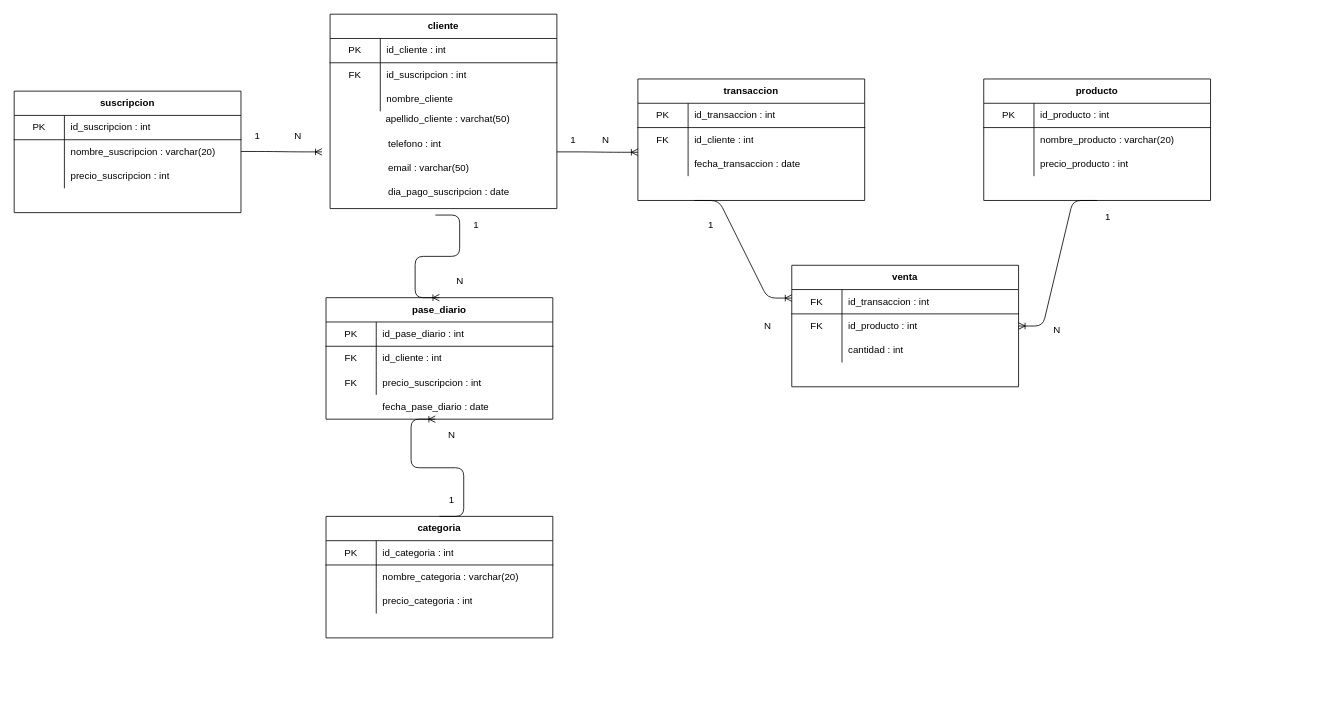
Before: Modelo relacional Grupo4.drawio in rtesga/Talento_grupo4, a draw.io diagram. Source tidied: cells renumbered, new cells numbered last; positions are measured from the earlier drawing's top-left corner, leaving out a move shared by most shapes. Both pictures are drawn from the tidied source at 81%, with x=0, y=0 at pixel (14, 14).
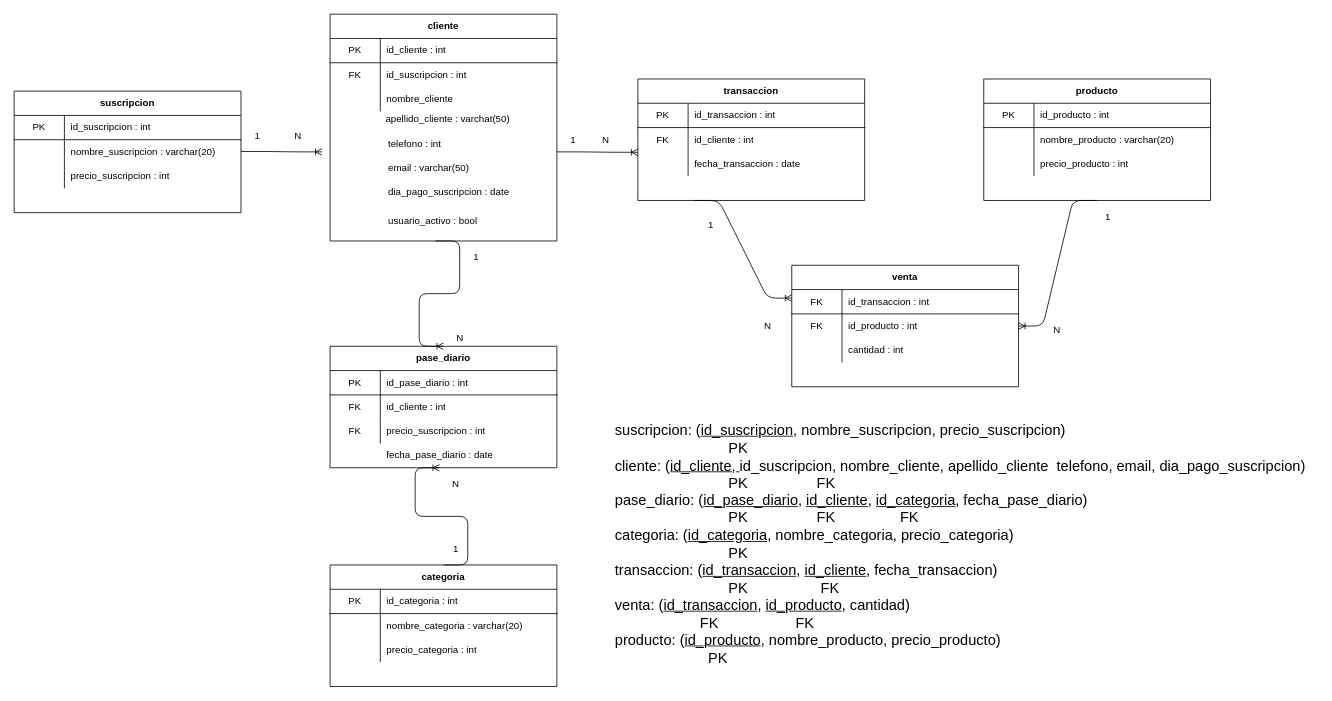
Above is the later version.

The edit, as a diff of the source:
```diff
@@
     <mxCell id="4" value="N" style="text;html=1;align=center;verticalAlign=middle;fillColor=none;strokeColor=none;rounded=0;" parent="1" vertex="1">
-      <mxGeometry x="540" y="320" width="20" height="20" as="geometry" />
+      <mxGeometry x="540" y="390" width="20" height="20" as="geometry" />
     </mxCell>
     <mxCell id="5" value="1" style="text;html=1;align=center;verticalAlign=middle;fillColor=none;strokeColor=none;rounded=0;" parent="1" vertex="1">
-      <mxGeometry x="560" y="250" width="20" height="20" as="geometry" />
+      <mxGeometry x="560" y="290" width="20" height="20" as="geometry" />
     </mxCell>
     <mxCell id="6" style="edgeStyle=none;rounded=0;orthogonalLoop=1;jettySize=auto;html=1;" parent="1" edge="1">
       <mxGeometry relative="1" as="geometry">
-        <mxPoint x="525" y="760" as="sourcePoint" />
-        <mxPoint x="525" y="760" as="targetPoint" />
+        <mxPoint x="530" y="820" as="sourcePoint" />
+        <mxPoint x="530" y="820" as="targetPoint" />
       </mxGeometry>
     </mxCell>
     <mxCell id="7" value="N" style="text;html=1;align=center;verticalAlign=middle;fillColor=none;strokeColor=none;rounded=0;" parent="1" vertex="1">
-      <mxGeometry x="530" y="510" width="20" height="20" as="geometry" />
+      <mxGeometry x="535" y="570" width="20" height="20" as="geometry" />
     </mxCell>
     <mxCell id="8" value="1" style="text;html=1;align=center;verticalAlign=middle;fillColor=none;strokeColor=none;rounded=0;" parent="1" vertex="1">
-      <mxGeometry x="530" y="590" width="20" height="20" as="geometry" />
+      <mxGeometry x="535" y="650" width="20" height="20" as="geometry" />
     </mxCell>
@@
     <mxCell id="25" value="cliente" style="shape=table;html=1;whiteSpace=wrap;startSize=30;childLayout=tableLayout;rowLines=0;fontStyle=1;align=center;" parent="1" vertex="1">
-      <mxGeometry x="390" width="280" height="240" as="geometry" />
+      <mxGeometry x="390" width="280" height="280" as="geometry" />
     </mxCell>
@@
     <mxCell id="50" value="pase_diario" style="shape=table;html=1;whiteSpace=wrap;startSize=30;childLayout=tableLayout;rowLines=0;fontStyle=1;align=center;" parent="1" vertex="1">
-      <mxGeometry x="385" y="350" width="280" height="150" as="geometry" />
+      <mxGeometry x="390" y="410" width="280" height="150" as="geometry" />
     </mxCell>
@@
     <mxCell id="60" value="categoria" style="shape=table;html=1;whiteSpace=wrap;startSize=30;childLayout=tableLayout;rowLines=0;fontStyle=1;align=center;" parent="1" vertex="1">
-      <mxGeometry x="385" y="620" width="280" height="150" as="geometry" />
+      <mxGeometry x="390" y="680" width="280" height="150" as="geometry" />
     </mxCell>
@@
     <mxCell id="80" value="fecha_pase_diario : date" style="shape=partialRectangle;html=1;whiteSpace=wrap;fillColor=none;top=0;left=0;bottom=0;right=0;align=left;spacingLeft=6;overflow=hidden;" parent="1" vertex="1">
-      <mxGeometry x="447" y="470" width="218" height="30" as="geometry" />
+      <mxGeometry x="452" y="530" width="218" height="30" as="geometry" />
     </mxCell>
@@
     <mxCell id="92" style="edgeStyle=entityRelationEdgeStyle;fontSize=12;html=1;endArrow=ERoneToMany;entryX=0.5;entryY=0;entryDx=0;entryDy=0;" parent="1" edge="1" target="50">
       <mxGeometry relative="1" as="geometry">
-        <mxPoint x="520" y="248" as="sourcePoint" />
+        <mxPoint x="520" y="280" as="sourcePoint" />
       </mxGeometry>
     </mxCell>
     <mxCell id="93" style="edgeStyle=entityRelationEdgeStyle;fontSize=12;html=1;endArrow=ERoneToMany;exitX=0.5;exitY=0;exitDx=0;exitDy=0;" parent="1" edge="1" source="60">
       <mxGeometry relative="1" as="geometry">
-        <mxPoint x="520" y="500" as="targetPoint" />
+        <mxPoint x="525" y="560" as="targetPoint" />
       </mxGeometry>
     </mxCell>
@@
+    <mxCell id="96" value="&lt;font style=&quot;font-size: 18px&quot;&gt;suscripcion: (&lt;u&gt;id_suscripcion&lt;/u&gt;, nombre_suscripcion, precio_suscripcion)&lt;br&gt;&amp;nbsp; &amp;nbsp; &amp;nbsp; &amp;nbsp; &amp;nbsp; &amp;nbsp; &amp;nbsp; &amp;nbsp; &amp;nbsp; &amp;nbsp; &amp;nbsp; &amp;nbsp; &amp;nbsp; &amp;nbsp; PK&lt;br&gt;cliente: (&lt;u&gt;id_cliente, &lt;/u&gt;id_suscripcion, nombre_cliente, apellido_cliente&amp;nbsp; telefono, email, dia_pago_suscripcion)&lt;br&gt;&amp;nbsp; &amp;nbsp; &amp;nbsp; &amp;nbsp; &amp;nbsp; &amp;nbsp; &amp;nbsp; &amp;nbsp; &amp;nbsp; &amp;nbsp; &amp;nbsp; &amp;nbsp; &amp;nbsp; &amp;nbsp; PK&amp;nbsp; &amp;nbsp; &amp;nbsp; &amp;nbsp; &amp;nbsp; &amp;nbsp; &amp;nbsp; &amp;nbsp; &amp;nbsp;FK&lt;br&gt;pase_diario: (&lt;u&gt;id_pase_diario&lt;/u&gt;, &lt;u&gt;id_cliente&lt;/u&gt;, &lt;u&gt;id_categoria&lt;/u&gt;, fecha_pase_diario)&lt;br&gt;&amp;nbsp; &amp;nbsp; &amp;nbsp; &amp;nbsp; &amp;nbsp; &amp;nbsp; &amp;nbsp; &amp;nbsp; &amp;nbsp; &amp;nbsp; &amp;nbsp; &amp;nbsp; &amp;nbsp; &amp;nbsp; PK&amp;nbsp; &amp;nbsp; &amp;nbsp; &amp;nbsp; &amp;nbsp; &amp;nbsp; &amp;nbsp; &amp;nbsp; &amp;nbsp;FK&amp;nbsp; &amp;nbsp; &amp;nbsp; &amp;nbsp; &amp;nbsp; &amp;nbsp; &amp;nbsp; &amp;nbsp; FK&lt;br&gt;categoria: (&lt;u&gt;id_categoria&lt;/u&gt;, nombre_categoria, precio_categoria)&lt;br&gt;&amp;nbsp; &amp;nbsp; &amp;nbsp; &amp;nbsp; &amp;nbsp; &amp;nbsp; &amp;nbsp; &amp;nbsp; &amp;nbsp; &amp;nbsp; &amp;nbsp; &amp;nbsp; &amp;nbsp; &amp;nbsp; PK&lt;br&gt;transaccion: (&lt;u&gt;id_transaccion&lt;/u&gt;, &lt;u&gt;id_cliente&lt;/u&gt;, fecha_transaccion)&lt;br&gt;&amp;nbsp; &amp;nbsp; &amp;nbsp; &amp;nbsp; &amp;nbsp; &amp;nbsp; &amp;nbsp; &amp;nbsp; &amp;nbsp; &amp;nbsp; &amp;nbsp; &amp;nbsp; &amp;nbsp; &amp;nbsp; PK&amp;nbsp; &amp;nbsp; &amp;nbsp; &amp;nbsp; &amp;nbsp; &amp;nbsp; &amp;nbsp; &amp;nbsp; &amp;nbsp; FK&lt;br&gt;venta: (&lt;u&gt;id_transaccion&lt;/u&gt;, &lt;u&gt;id_producto&lt;/u&gt;, cantidad)&lt;br&gt;&amp;nbsp; &amp;nbsp; &amp;nbsp; &amp;nbsp; &amp;nbsp; &amp;nbsp; &amp;nbsp; &amp;nbsp; &amp;nbsp; &amp;nbsp; &amp;nbsp;FK&amp;nbsp; &amp;nbsp; &amp;nbsp; &amp;nbsp; &amp;nbsp; &amp;nbsp; &amp;nbsp; &amp;nbsp; &amp;nbsp; &amp;nbsp;FK&lt;br&gt;producto: (&lt;u&gt;id_producto&lt;/u&gt;, nombre_producto, precio_producto)&lt;br&gt;&amp;nbsp; &amp;nbsp; &amp;nbsp; &amp;nbsp; &amp;nbsp; &amp;nbsp; &amp;nbsp; &amp;nbsp; &amp;nbsp; &amp;nbsp; &amp;nbsp; &amp;nbsp;PK&lt;br&gt;&lt;/font&gt;" style="text;html=1;strokeColor=none;fillColor=none;align=left;verticalAlign=middle;whiteSpace=wrap;rounded=0;" parent="1" vertex="1">
+      <mxGeometry x="740" y="490" width="870" height="330" as="geometry" />
+    </mxCell>
+    <mxCell id="97" value="usuario_activo : bool" style="text;html=1;align=left;verticalAlign=middle;" parent="1" vertex="1">
+      <mxGeometry x="460" y="245" width="130" height="20" as="geometry" />
+    </mxCell>
```
